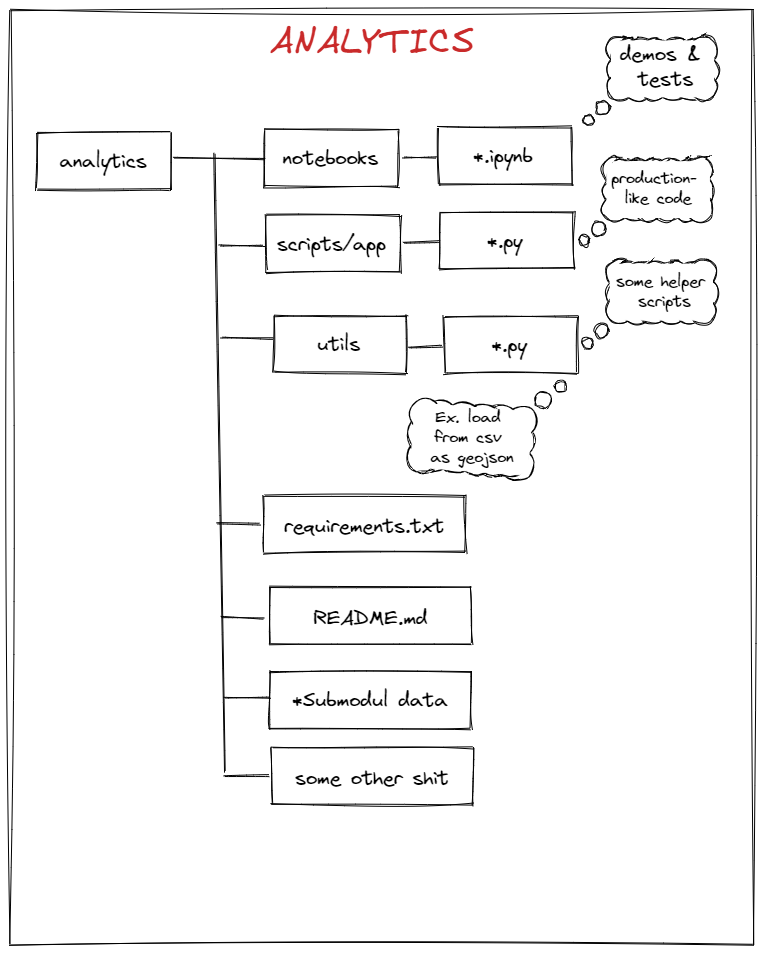
The Excalidraw diagram img/analytics.png in open-public-transport/open-public-transport-analytics, before a commit. Source tidied: one line per element, renumbered; positions are measured from the earlier drawing's top-left corner, leaving out a move shared by most shapes.
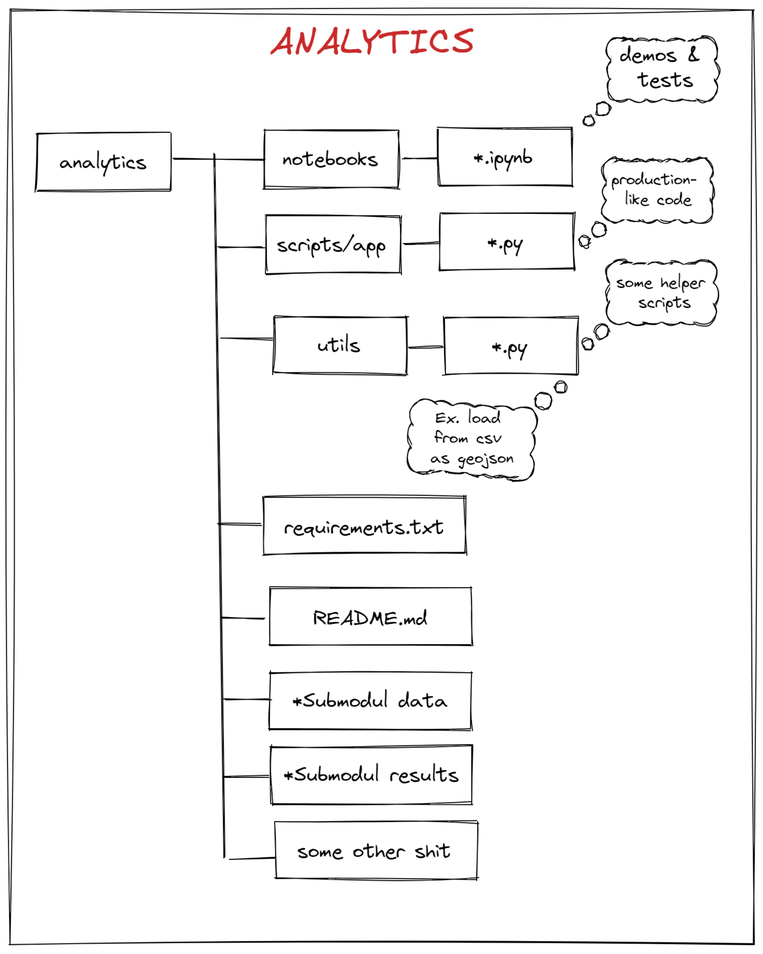
Later version of the same file.

What changed in the source:
```diff
@@ -1,6 +1,6 @@
 {"id": 0, "type": "rectangle", "strokeColor": "#000000", "strokeWidth": 1, "roughness": 1, "x": 27, "y": 122, "width": 133, "height": 57}
 {"id": 1, "type": "text", "text": "analytics", "strokeColor": "#000000", "strokeWidth": 1, "roughness": 1, "fontSize": 20, "fontFamily": 1, "textAlign": "center", "x": 50, "y": 139, "width": 87, "height": 25}
-{"id": 2, "type": "line", "strokeColor": "#000000", "strokeWidth": 1, "roughness": 1, "x": 205, "y": 144, "width": 10, "height": 617, "points": [[0, 0], [10, 617]]}
+{"id": 2, "type": "line", "strokeColor": "#000000", "strokeWidth": 1, "roughness": 1, "x": 205, "y": 143, "width": 9, "height": 703, "points": [[0, 0], [9, 703]]}
 {"id": 3, "type": "line", "strokeColor": "#000000", "strokeWidth": 1, "roughness": 1, "x": 164, "y": 148, "width": 91, "height": 1, "points": [[0, 0], [91, 1]]}
 {"id": 4, "type": "rectangle", "strokeColor": "#000000", "strokeWidth": 1, "roughness": 1, "x": 256, "y": 205, "width": 133, "height": 57}
 {"id": 5, "type": "text", "text": "scripts/app", "strokeColor": "#000000", "strokeWidth": 1, "roughness": 1, "fontSize": 20, "fontFamily": 1, "textAlign": "center", "x": 267, "y": 222, "width": 109, "height": 25}
@@ -19,8 +19,8 @@
 {"id": 18, "type": "rectangle", "strokeColor": "#000000", "strokeWidth": 1, "roughness": 1, "x": 254, "y": 486, "width": 201, "height": 57}
 {"id": 19, "type": "text", "text": "requirements.txt", "strokeColor": "#000000", "strokeWidth": 1, "roughness": 1, "fontSize": 20, "fontFamily": 1, "textAlign": "center", "x": 274, "y": 504, "width": 160, "height": 25}
 {"id": 20, "type": "line", "strokeColor": "#000000", "strokeWidth": 1, "roughness": 1, "x": 214, "y": 766, "width": 44, "height": 0, "points": [[0, 0], [44, 0]]}
-{"id": 21, "type": "rectangle", "strokeColor": "#000000", "strokeWidth": 1, "roughness": 1, "x": 261, "y": 737, "width": 201, "height": 57}
+{"id": 21, "type": "rectangle", "strokeColor": "#000000", "strokeWidth": 1, "roughness": 1, "x": 265, "y": 811, "width": 201, "height": 57}
-{"id": 22, "type": "text", "text": "some other shit", "strokeColor": "#000000", "strokeWidth": 1, "roughness": 1, "fontSize": 20, "fontFamily": 1, "textAlign": "center", "x": 285, "y": 756, "width": 154, "height": 25}
+{"id": 22, "type": "text", "text": "some other shit", "strokeColor": "#000000", "strokeWidth": 1, "roughness": 1, "fontSize": 20, "fontFamily": 1, "textAlign": "center", "x": 287, "y": 828, "width": 154, "height": 25}
 {"id": 23, "type": "ellipse", "strokeColor": "#000000", "backgroundColor": "#fff", "fillStyle": "solid", "strokeWidth": 1, "roughness": 1, "x": 597, "y": 26, "width": 27, "height": 27}
 {"id": 24, "type": "ellipse", "strokeColor": "#000000", "backgroundColor": "#fff", "fillStyle": "solid", "strokeWidth": 1, "roughness": 1, "x": 602, "y": 28, "width": 33, "height": 33}
 {"id": 25, "type": "ellipse", "strokeColor": "#000000", "backgroundColor": "#fff", "fillStyle": "solid", "strokeWidth": 1, "roughness": 1, "x": 615, "y": 28, "width": 33, "height": 33}
@@ -105,7 +105,7 @@
 {"id": 104, "type": "rectangle", "strokeColor": "#fff", "angle": 3.22, "backgroundColor": "#fff", "fillStyle": "solid", "strokeWidth": 1, "roughness": 0, "x": 403, "y": 410, "width": 13, "height": 37}
 {"id": 105, "type": "rectangle", "strokeColor": "#fff", "angle": 3.22, "backgroundColor": "#fff", "fillStyle": "solid", "strokeWidth": 1, "roughness": 0, "x": 505, "y": 417, "width": 14, "height": 47}
 {"id": 106, "type": "text", "text": "Ex. load \nfrom csv \nas geojson", "strokeColor": "#000000", "strokeWidth": 1, "roughness": 1, "fontSize": 16, "fontFamily": 1, "textAlign": "center", "verticalAlign": "middle", "x": 420, "y": 398, "width": 84, "height": 60}
-{"id": 107, "type": "rectangle", "strokeColor": "#000000", "strokeWidth": 1, "roughness": 2, "x": 0, "y": 0, "width": 743, "height": 934}
+{"id": 107, "type": "rectangle", "strokeColor": "#000000", "strokeWidth": 1, "roughness": 2, "x": 0, "y": -1, "width": 743, "height": 934}
 {"id": 108, "type": "text", "text": "ANALYTICS", "strokeColor": "#c92a2a", "strokeWidth": 1, "roughness": 2, "fontSize": 36, "fontFamily": 1, "x": 260, "y": 10, "width": 204, "height": 46}
 {"id": 109, "type": "line", "strokeColor": "#000000", "strokeWidth": 1, "roughness": 1, "x": 210, "y": 236, "width": 43, "height": 1, "points": [[0, 0], [43, -1]]}
 {"id": 110, "type": "line", "strokeColor": "#000000", "strokeWidth": 1, "roughness": 1, "x": 210, "y": 608, "width": 44, "height": 0, "points": [[0, 0], [44, 0]]}
@@ -117,3 +117,6 @@
 {"id": 116, "type": "rectangle", "strokeColor": "#000000", "strokeWidth": 1, "roughness": 1, "x": 259, "y": 662, "width": 201, "height": 57}
 {"id": 117, "type": "line", "strokeColor": "#000000", "strokeWidth": 1, "roughness": 1, "x": 215, "y": 687, "width": 44, "height": 0, "points": [[0, 0], [44, 0]]}
 {"id": 118, "type": "text", "text": "*Submodul data", "strokeColor": "#000000", "strokeWidth": 1, "roughness": 1, "fontSize": 20, "fontFamily": 1, "textAlign": "center", "verticalAlign": "middle", "x": 283, "y": 678, "width": 155, "height": 25}
+{"id": 119, "type": "rectangle", "strokeColor": "#000000", "strokeWidth": 1, "roughness": 1, "x": 261, "y": 736, "width": 201, "height": 57}
+{"id": 120, "type": "text", "text": "*Submodul results", "strokeColor": "#000000", "strokeWidth": 1, "roughness": 1, "fontSize": 20, "fontFamily": 1, "textAlign": "center", "x": 274, "y": 752, "width": 175, "height": 25}
+{"id": 121, "type": "line", "strokeColor": "#000000", "strokeWidth": 1, "roughness": 1, "x": 219, "y": 848, "width": 46, "height": 0, "points": [[0, 0], [46, 0]]}
```
